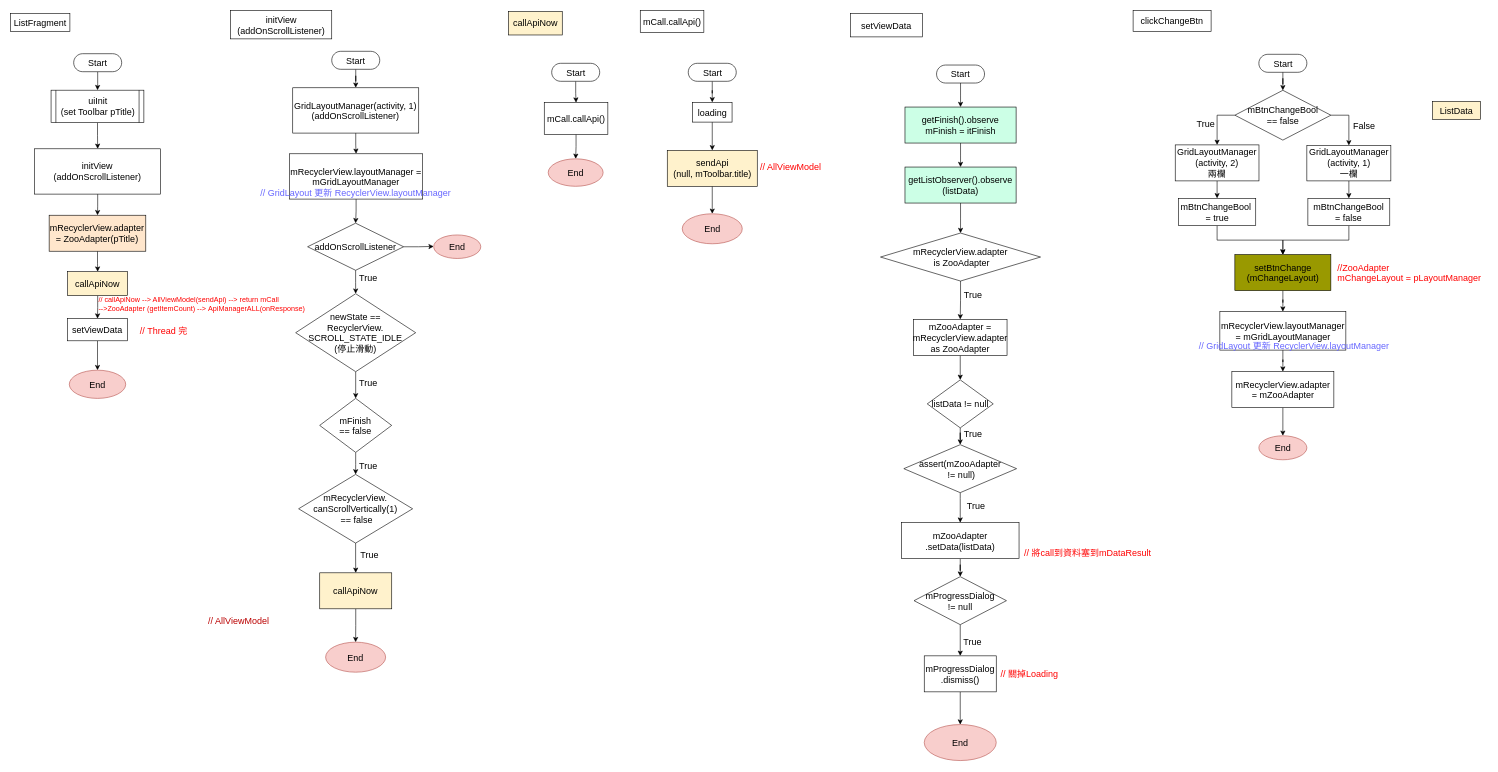
Before: page "ListFragment" (6 of 13) of 一般流程.drawio in ccckyc/draw, a draw.io diagram. Source tidied: cells renumbered, new cells numbered last; positions are measured from the earlier drawing's top-left corner, leaving out a move shared by most shapes. Both pictures are drawn from the tidied source at 60%, with x=0, y=0 at pixel (10, 10).
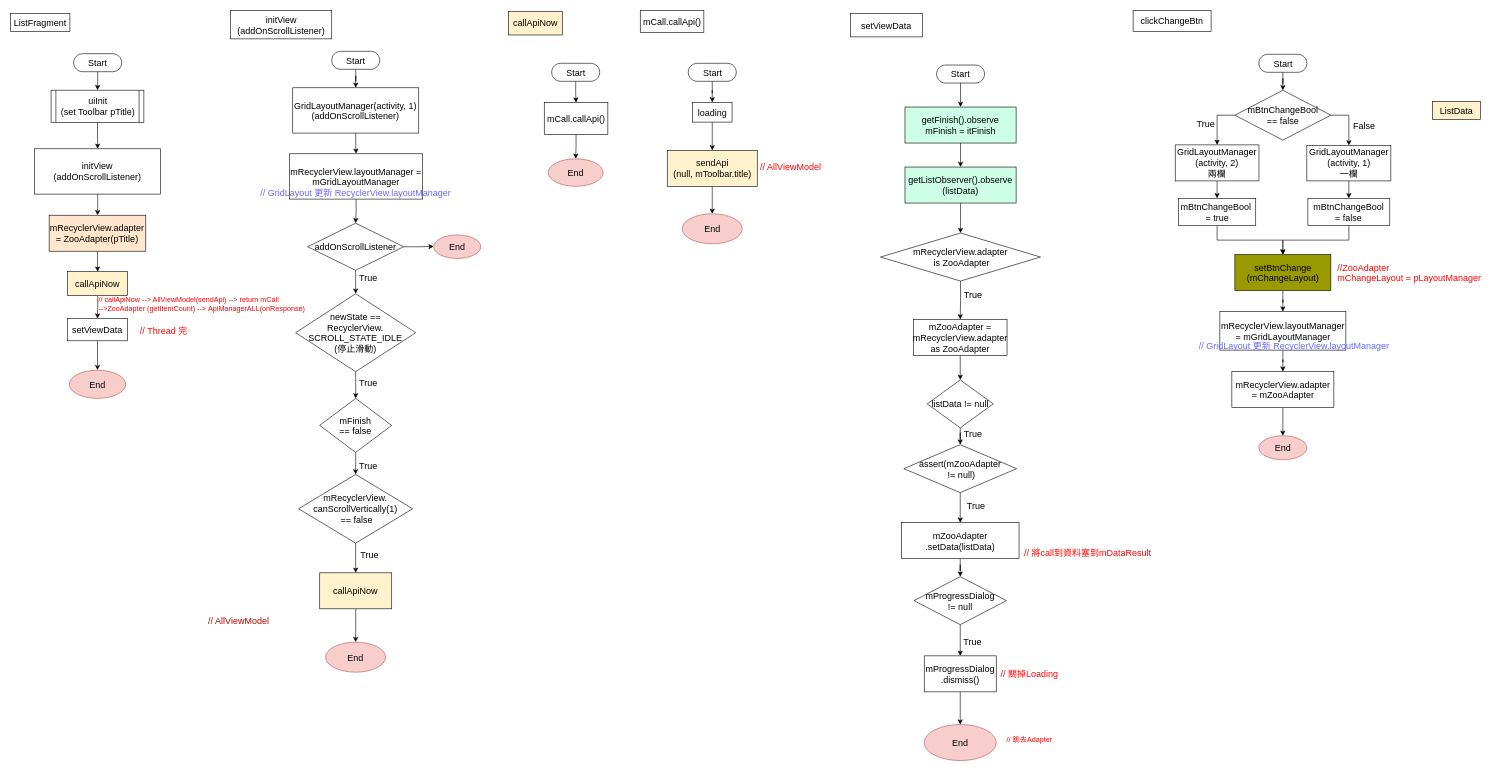
Above is the later version.

Diff of the diagram source:
```diff
@@
+    <mxCell id="113" value="&lt;font color=&quot;#ff0000&quot;&gt;// 跳去Adapter&lt;/font&gt;" style="text;html=1;align=center;verticalAlign=middle;strokeColor=none;fillColor=none;" parent="1" vertex="1">
+      <mxGeometry x="1652.9" y="1206" width="90" height="20" as="geometry" />
+    </mxCell>
```
